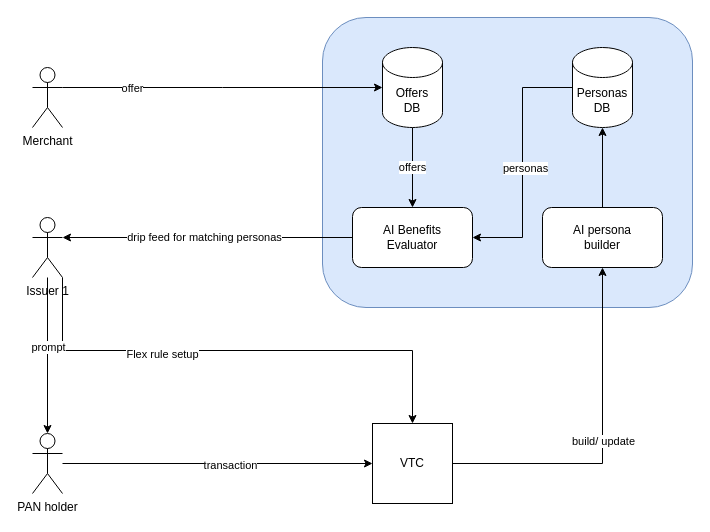
Earlier version of the draw.io diagram ai-benefits-maximizer.drawio (maheshsingapore/about). Source tidied: cells renumbered, new cells numbered last; positions are measured from the earlier drawing's top-left corner, leaving out a move shared by most shapes. Both pictures are drawn from the tidied source at 100%, with x=0, y=0 at pixel (32, 17).
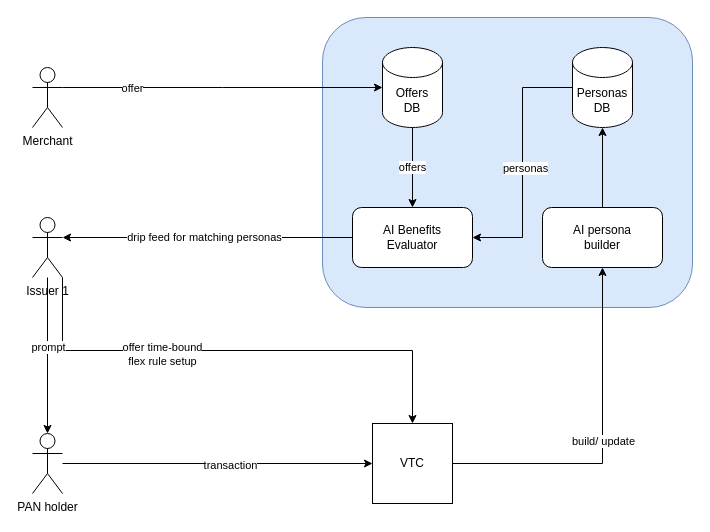
The same diagram, later.

The change refers to these unchanged cells:
```xml
<mxCell id="13" style="edgeStyle=orthogonalEdgeStyle;rounded=0;jettySize=auto;html=1;exitX=1;exitY=1;exitDx=0;exitDy=0;exitPerimeter=0;entryX=0.5;entryY=0;entryDx=0;entryDy=0;" parent="1" edge="1" source="15" target="5">
  <mxGeometry relative="1" as="geometry" />
</mxCell>
```

Diff of the diagram source:
```diff
@@
-    <mxCell id="14" value="Flex rule setup" style="edgeLabel;html=1;align=center;verticalAlign=middle;" parent="13" vertex="1">
+    <mxCell id="14" value="offer time-bound&lt;br&gt;flex rule setup" style="edgeLabel;html=1;align=center;verticalAlign=middle;" parent="13" vertex="1">
       <mxGeometry x="-0.22" y="-3" relative="1" as="geometry">
         <mxPoint x="-21" as="offset" />
       </mxGeometry>
     </mxCell>
```
